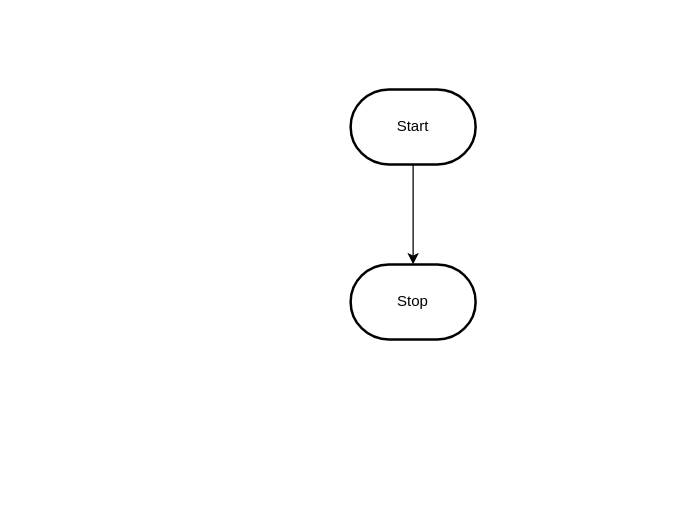
Earlier version of the draw.io diagram design/flowchart.drawio (MTHS-TEJ2O-1-2023/TEJ2O-Unit-2-08-Liya-Getachew). Source tidied: cells renumbered, new cells numbered last; positions are measured from the earlier drawing's top-left corner, leaving out a move shared by most shapes. Both pictures are drawn from the tidied source at 125%, with x=0, y=0 at pixel (350, 89).
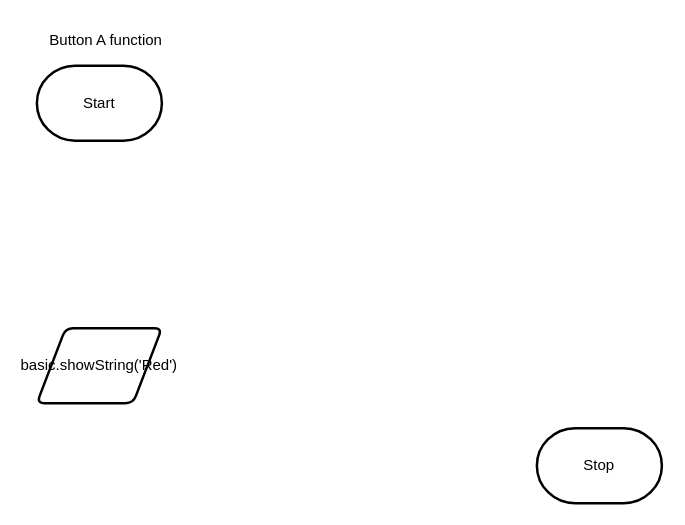
The same diagram, later.

Commit message (it also covers changes not shown here):
python vers & diagram

Diff of the diagram source:
```diff
@@
 <mxGraphModel>
   <root>
     <mxCell id="0" />
     <mxCell id="1" parent="0" />
-    <mxCell id="2" style="edgeStyle=orthogonalEdgeStyle;html=1;rounded=0;" parent="1" edge="1" source="3" target="4">
-      <mxGeometry relative="1" as="geometry" />
-    </mxCell>
     <mxCell id="3" value="Start" style="strokeWidth=2;html=1;shape=mxgraph.flowchart.terminator;whiteSpace=wrap;" parent="1" vertex="1">
-      <mxGeometry width="100" height="60" as="geometry" />
+      <mxGeometry x="-251" y="-19" width="100" height="60" as="geometry" />
     </mxCell>
     <mxCell id="4" value="Stop" style="strokeWidth=2;html=1;shape=mxgraph.flowchart.terminator;whiteSpace=wrap;" parent="1" vertex="1">
-      <mxGeometry y="140" width="100" height="60" as="geometry" />
+      <mxGeometry x="149" y="271" width="100" height="60" as="geometry" />
     </mxCell>
+    <mxCell id="2" value="Button A function" style="text;html=1;align=center;verticalAlign=middle;strokeColor=none;fillColor=none;" parent="1" vertex="1">
+      <mxGeometry x="-251" y="-54" width="110" height="30" as="geometry" />
+    </mxCell>
+    <mxCell id="5" value="basic.showString('Red')" style="shape=parallelogram;html=1;strokeWidth=2;perimeter=parallelogramPerimeter;whiteSpace=wrap;rounded=1;arcSize=12;size=0.23;" parent="1" vertex="1">
+      <mxGeometry x="-251" y="191" width="100" height="60" as="geometry" />
+    </mxCell>
   </root>
 </mxGraphModel>
```
